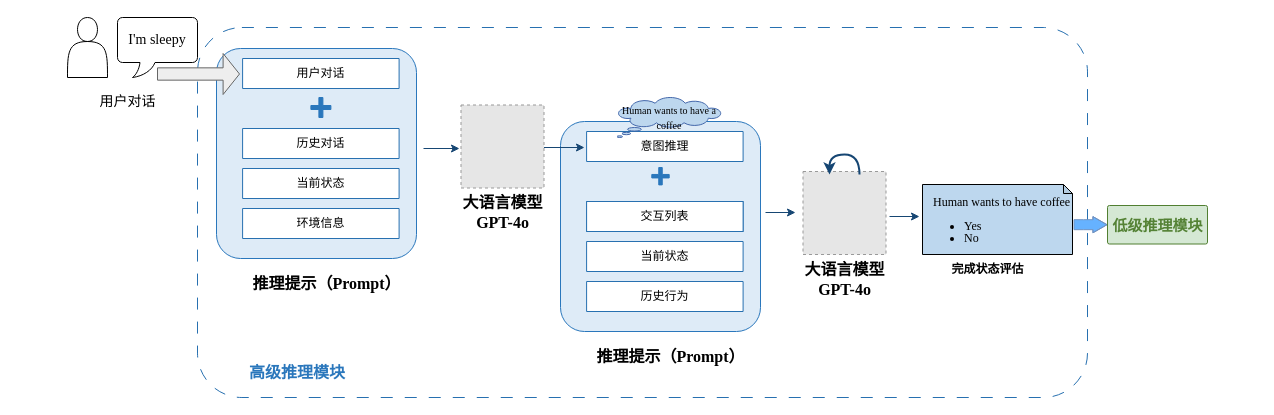
Before: 高级推理模块.drawio in Rinco1018/project_test, a draw.io diagram. Source tidied: cells renumbered, new cells numbered last; positions are measured from the earlier drawing's top-left corner, leaving out a move shared by most shapes. Both pictures are drawn from the tidied source at 100%, with x=0, y=0 at pixel (17, 17). Pictures stored in the file or linked from it are replaced by grey dashed boxes.
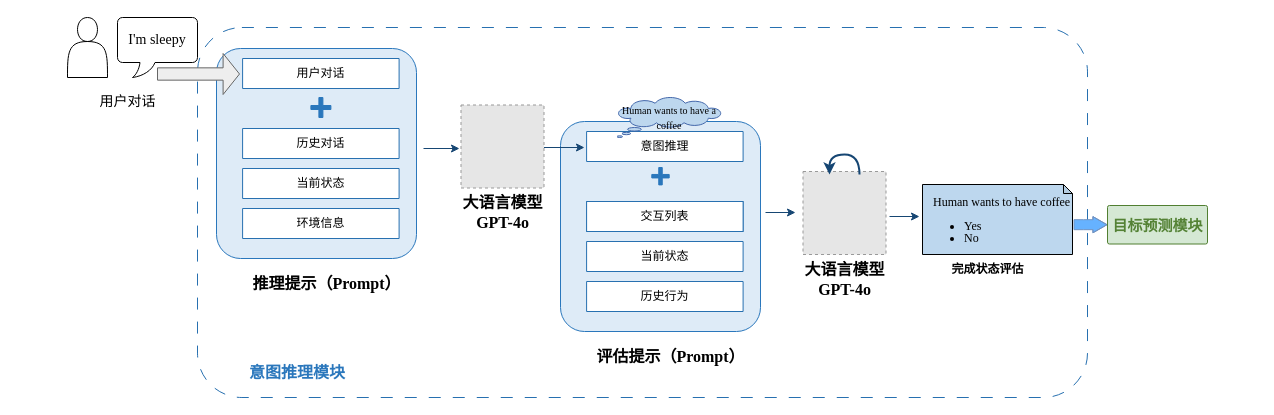
Above is the later version.

Commit message:
更新高级推理模块.drawio

Unchanged cells that the change refers to:
```xml
<mxCell id="5" style="group;" parent="3" vertex="1">
  <mxGeometry x="26.1" y="10" width="168.7" height="240" as="geometry" />
</mxCell>
<mxCell id="47" style="group;" parent="1" vertex="1">
  <mxGeometry x="1090" y="179" width="150" height="57" as="geometry" />
</mxCell>
```

The edit, as a diff of the source:
```diff
@@
-    <mxCell id="18" value="&lt;b style=&quot;font-family: &amp;quot;Times New Roman&amp;quot;; font-size: 16px;&quot;&gt;推理提示（Prompt）&lt;/b&gt;" style="text;html=1;align=center;verticalAlign=middle;strokeColor=none;fillColor=none;" parent="5" vertex="1">
+    <mxCell id="18" value="&lt;b style=&quot;font-family: &amp;quot;Times New Roman&amp;quot;; font-size: 16px;&quot;&gt;评估提示（Prompt）&lt;/b&gt;" style="text;html=1;align=center;verticalAlign=middle;strokeColor=none;fillColor=none;" parent="5" vertex="1">
       <mxGeometry x="-1.3" y="210" width="170" height="30" as="geometry" />
     </mxCell>
@@
-    <mxCell id="49" value="&lt;div&gt;&lt;font style=&quot;font-size: 15px;&quot; face=&quot;Times New Roman&quot;&gt;低级推理模块&lt;/font&gt;&lt;/div&gt;" style="text;html=1;align=center;verticalAlign=middle;strokeColor=none;fillColor=none;fontColor=light-dark(#548235, #69c195);fontStyle=1;" parent="47" vertex="1">
+    <mxCell id="49" value="&lt;div&gt;&lt;font style=&quot;font-size: 15px;&quot; face=&quot;Times New Roman&quot;&gt;目标预测模块&lt;/font&gt;&lt;/div&gt;" style="text;html=1;align=center;verticalAlign=middle;strokeColor=none;fillColor=none;fontColor=light-dark(#548235, #69c195);fontStyle=1;" parent="47" vertex="1">
       <mxGeometry x="-5" y="13.8" width="110" height="30" as="geometry" />
     </mxCell>
@@
-    <mxCell id="67" value="&lt;font style=&quot;font-size: 16px;&quot;&gt;&lt;b&gt;高级推理模块&lt;/b&gt;&lt;/font&gt;" style="text;html=1;align=center;verticalAlign=middle;whiteSpace=wrap;rounded=0;fontColor=light-dark(#2a77bc, #ededed);" parent="1" vertex="1">
+    <mxCell id="67" value="&lt;font style=&quot;font-size: 16px;&quot;&gt;&lt;b&gt;意图推理模块&lt;/b&gt;&lt;/font&gt;" style="text;html=1;align=center;verticalAlign=middle;whiteSpace=wrap;rounded=0;fontColor=light-dark(#2a77bc, #ededed);" parent="1" vertex="1">
       <mxGeometry x="210" y="340" width="140" height="30" as="geometry" />
     </mxCell>
```
